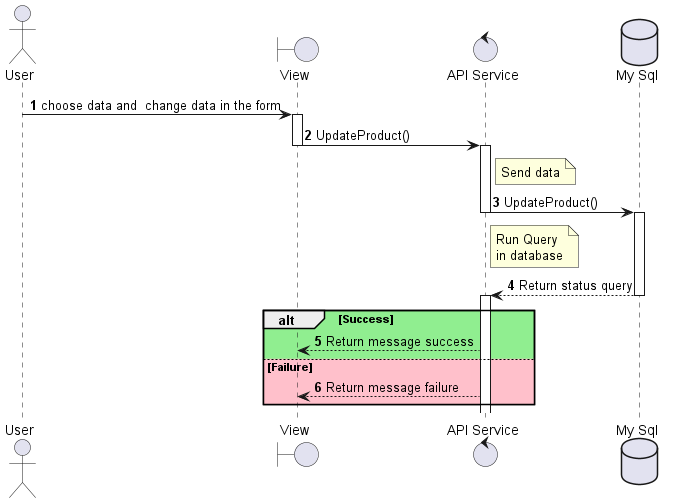
Above: out/sequenceDiagram_Product_update/sequenceDiagram_Product_update.png in Fitranda/Diagram (PlantUML), before the change. The source it was exported from:
```plantuml
@startuml sequenceDiagram_Product_update
actor User
boundary "View" as View
control "API Service" as APIService
database "My Sql" as DB

autonumber
User -> View --++ : choose data and  change data in the form
View -> APIService --++ : UpdateProduct()
note right of APIService: Send data
APIService -> DB --++ : UpdateProduct()
note right of APIService: Run Query\nin database
DB --> APIService --++ : Return status query
alt #LightGreen  Success
    APIService --> View  : Return message success
else #Pink Failure
    APIService --> View  : Return message failure
end
@enduml
```
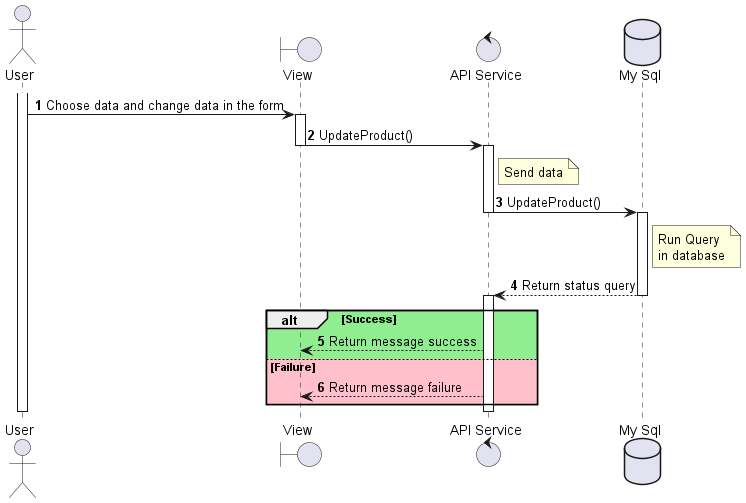
Later version of the same file.

What changed in the source:
```diff
@@ -5,15 +5,25 @@
 database "My Sql" as DB
 
 autonumber
-User -> View --++ : choose data and  change data in the form
-View -> APIService --++ : UpdateProduct()
+activate User
+User -> View : Choose data and change data in the form
+activate View
+View -> APIService : UpdateProduct()
+deactivate View
+activate APIService
 note right of APIService: Send data
-APIService -> DB --++ : UpdateProduct()
-note right of APIService: Run Query\nin database
-DB --> APIService --++ : Return status query
-alt #LightGreen  Success
-    APIService --> View  : Return message success
+APIService -> DB : UpdateProduct()
+deactivate APIService
+activate DB
+note right of DB: Run Query\nin database
+DB --> APIService : Return status query
+deactivate DB
+activate APIService
+alt #LightGreen Success
+    APIService --> View : Return message success
 else #Pink Failure
-    APIService --> View  : Return message failure
+    APIService --> View : Return message failure
 end
+deactivate User
+deactivate APIService
 @enduml
```
